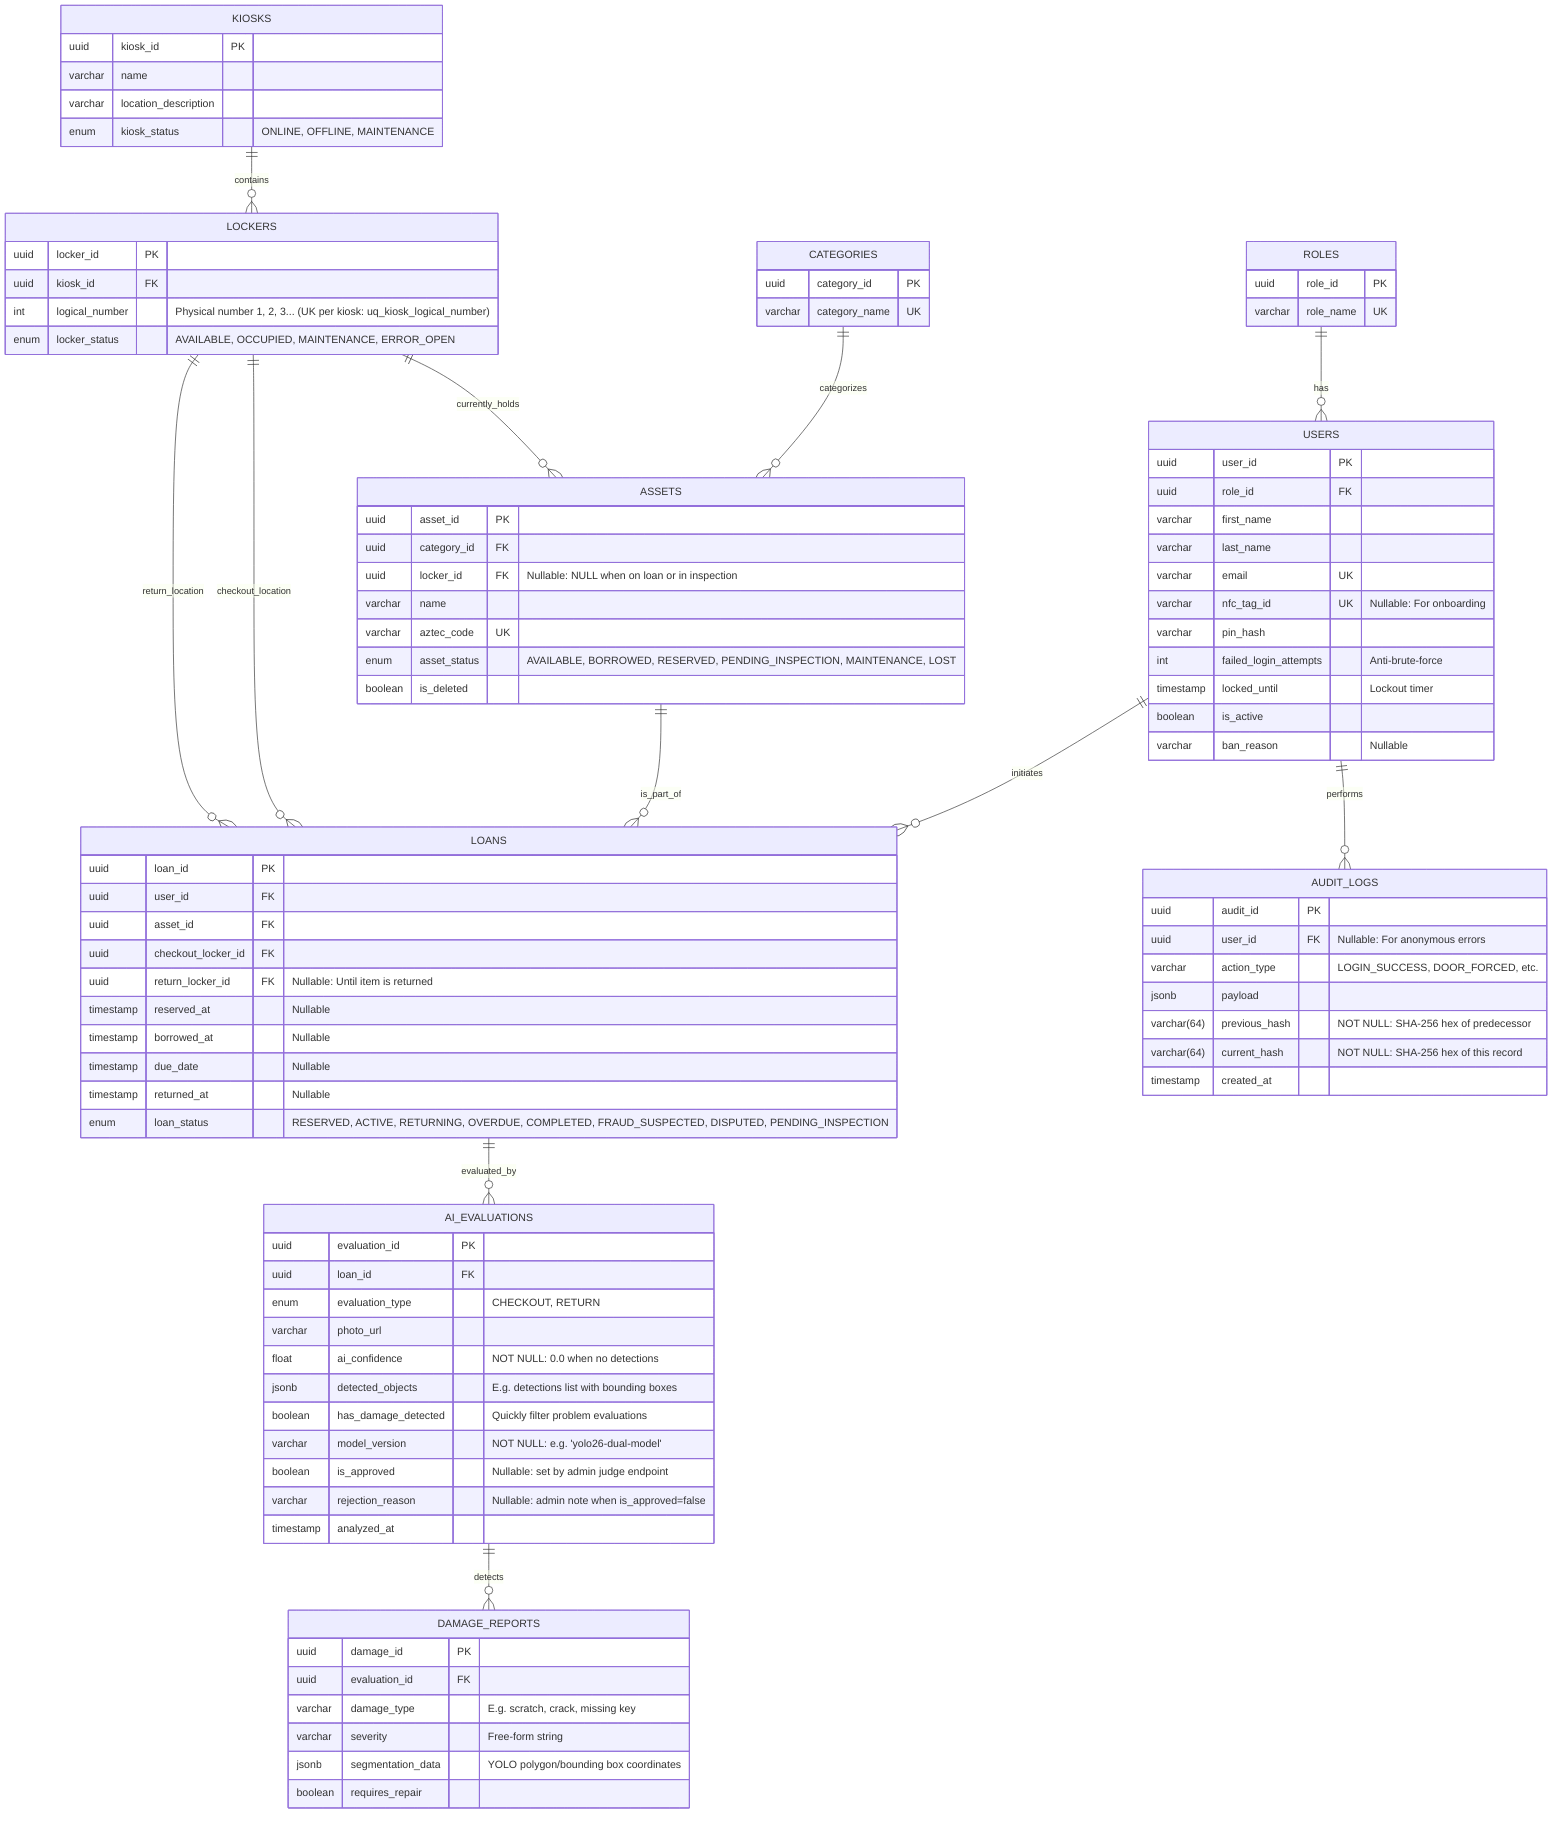
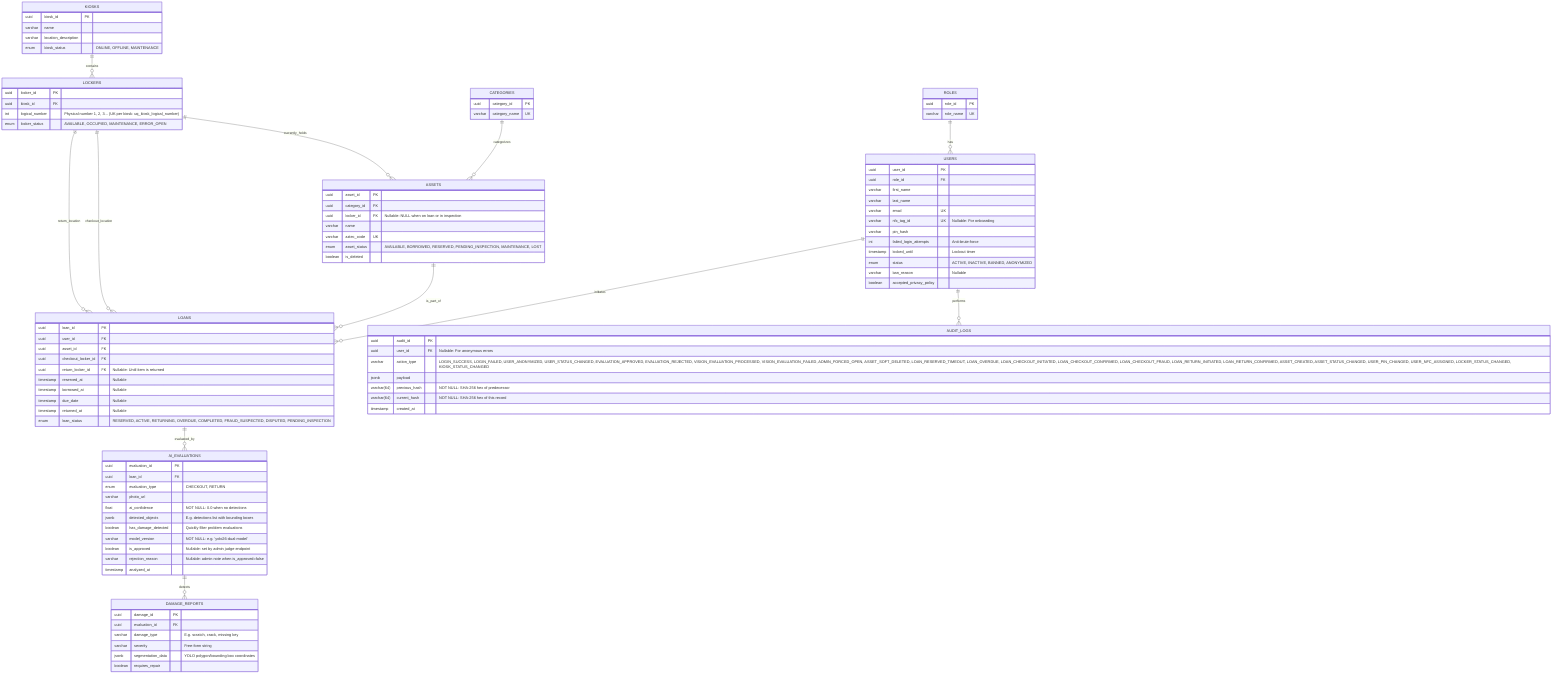
erDiagram
    %% Lookup Tables
    ROLES ||--o{ USERS : has
    CATEGORIES ||--o{ ASSETS : categorizes

    %% Infrastructure
    KIOSKS ||--o{ LOCKERS : contains
    LOCKERS ||--o{ ASSETS : currently_holds

    %% Transactions
    USERS ||--o{ LOANS : initiates
    ASSETS ||--o{ LOANS : is_part_of
    LOCKERS ||--o{ LOANS : checkout_location
    LOCKERS ||--o{ LOANS : return_location

    %% Analyses, Security & AI
    LOANS ||--o{ AI_EVALUATIONS : evaluated_by
    AI_EVALUATIONS ||--o{ DAMAGE_REPORTS : detects
    USERS ||--o{ AUDIT_LOGS : performs

    ROLES {
        uuid role_id PK
        varchar role_name UK
    }

    CATEGORIES {
        uuid category_id PK
        varchar category_name UK
    }

    USERS {
        uuid user_id PK
        uuid role_id FK
        varchar first_name
        varchar last_name
        varchar email UK
        varchar nfc_tag_id UK "Nullable: For onboarding"
        varchar pin_hash
        int failed_login_attempts "Anti-brute-force"
        timestamp locked_until "Lockout timer"
-         boolean is_active
+         enum status "ACTIVE, INACTIVE, BANNED, ANONYMIZED"
        varchar ban_reason "Nullable"
+         boolean accepted_privacy_policy
    }

    KIOSKS {
        uuid kiosk_id PK
        varchar name
        varchar location_description
        enum kiosk_status "ONLINE, OFFLINE, MAINTENANCE"
    }

    LOCKERS {
        uuid locker_id PK
        uuid kiosk_id FK
        int logical_number "Physical number 1, 2, 3... (UK per kiosk: uq_kiosk_logical_number)"
        enum locker_status "AVAILABLE, OCCUPIED, MAINTENANCE, ERROR_OPEN"
    }

    ASSETS {
        uuid asset_id PK
        uuid category_id FK
        uuid locker_id FK "Nullable: NULL when on loan or in inspection"
        varchar name
        varchar aztec_code UK
        enum asset_status "AVAILABLE, BORROWED, RESERVED, PENDING_INSPECTION, MAINTENANCE, LOST"
        boolean is_deleted
    }

    LOANS {
        uuid loan_id PK
        uuid user_id FK
        uuid asset_id FK
        uuid checkout_locker_id FK
        uuid return_locker_id FK "Nullable: Until item is returned"
        timestamp reserved_at "Nullable"
        timestamp borrowed_at "Nullable"
        timestamp due_date "Nullable"
        timestamp returned_at "Nullable"
        enum loan_status "RESERVED, ACTIVE, RETURNING, OVERDUE, COMPLETED, FRAUD_SUSPECTED, DISPUTED, PENDING_INSPECTION"
    }
-     %% (*) RETURNING is a pre-vision mutex set by POST /loans/return/initiate.
-     %%     It prevents duplicate return initiations and is enforced by POST /vision/analyze
+     %% (*) RETURNING is a pre-vision mutex set by POST /api/v1/loans/return/initiate.
+     %%     It prevents duplicate return initiations and is enforced by POST /api/v1/vision/analyze
    %%     (409 if loan_status != RETURNING for a RETURN evaluation).

    AI_EVALUATIONS {
        uuid evaluation_id PK
        uuid loan_id FK
        enum evaluation_type "CHECKOUT, RETURN"
        varchar photo_url
        float ai_confidence "NOT NULL: 0.0 when no detections"
        jsonb detected_objects "E.g. detections list with bounding boxes"
        boolean has_damage_detected "Quickly filter problem evaluations"
        varchar model_version "NOT NULL: e.g. 'yolo26-dual-model'"
        boolean is_approved "Nullable: set by admin judge endpoint"
        varchar rejection_reason "Nullable: admin note when is_approved=false"
        timestamp analyzed_at
    }

    DAMAGE_REPORTS {
        uuid damage_id PK
        uuid evaluation_id FK
        varchar damage_type "E.g. scratch, crack, missing key"
        varchar severity "Free-form string"
        jsonb segmentation_data "YOLO polygon/bounding box coordinates"
        boolean requires_repair
    }

    AUDIT_LOGS {
        uuid audit_id PK
        uuid user_id FK "Nullable: For anonymous errors"
-         varchar action_type "LOGIN_SUCCESS, DOOR_FORCED, etc."
+         varchar action_type "LOGIN_SUCCESS, LOGIN_FAILED, USER_ANONYMIZED, USER_STATUS_CHANGED, EVALUATION_APPROVED, EVALUATION_REJECTED, VISION_EVALUATION_PROCESSED, VISION_EVALUATION_FAILED, ADMIN_FORCED_OPEN, ASSET_SOFT_DELETED, LOAN_RESERVED_TIMEOUT, LOAN_OVERDUE, LOAN_CHECKOUT_INITIATED, LOAN_CHECKOUT_CONFIRMED, LOAN_CHECKOUT_FRAUD, LOAN_RETURN_INITIATED, LOAN_RETURN_CONFIRMED, ASSET_CREATED, ASSET_STATUS_CHANGED, USER_PIN_CHANGED, USER_NFC_ASSIGNED, LOCKER_STATUS_CHANGED, KIOSK_STATUS_CHANGED"
        jsonb payload
        varchar(64) previous_hash "NOT NULL: SHA-256 hex of predecessor"
        varchar(64) current_hash "NOT NULL: SHA-256 hex of this record"
        timestamp created_at
-     }+     }
